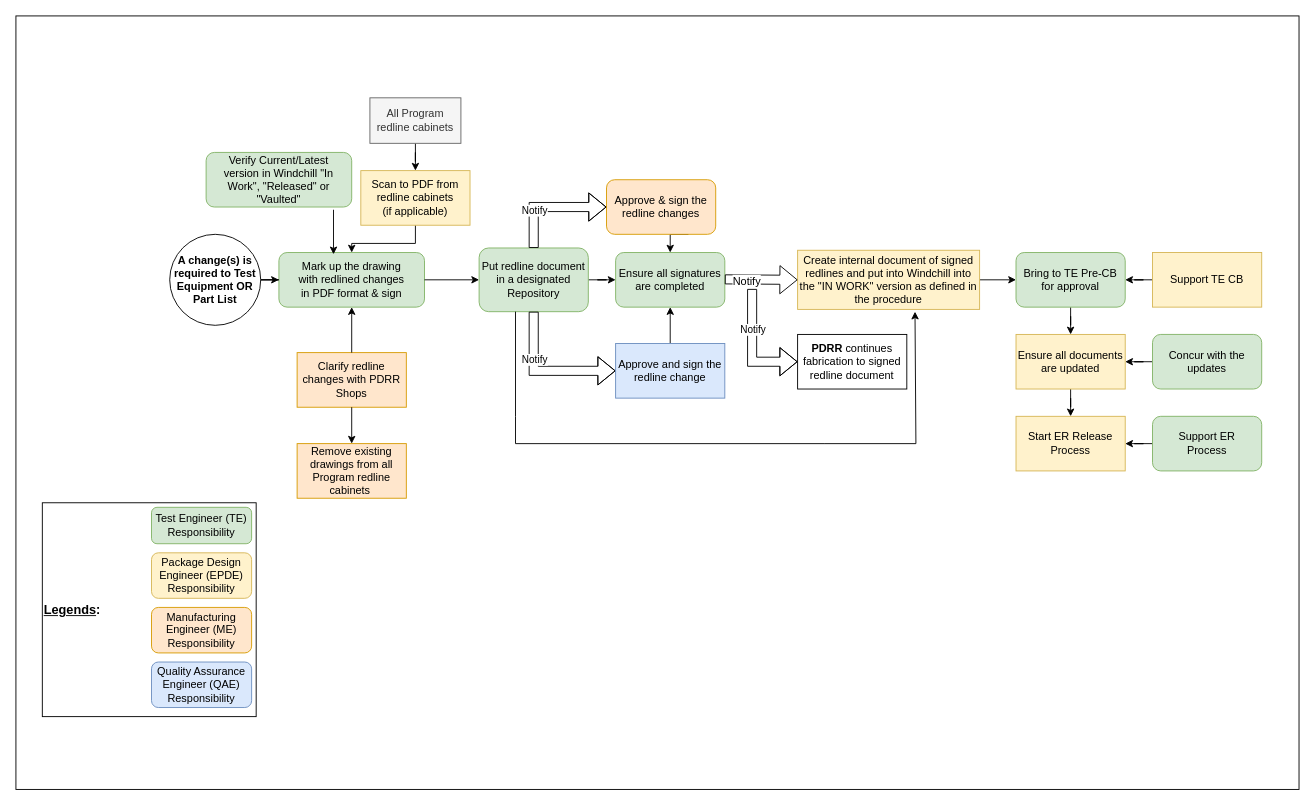
Earlier version of the draw.io diagram Untitled Diagram.drawio (lnguyen921/UTA). Source tidied: cells renumbered, new cells numbered last; positions are measured from the earlier drawing's top-left corner, leaving out a move shared by most shapes. Both pictures are drawn from the tidied source at 91%, with x=0, y=0 at pixel (15, 15).
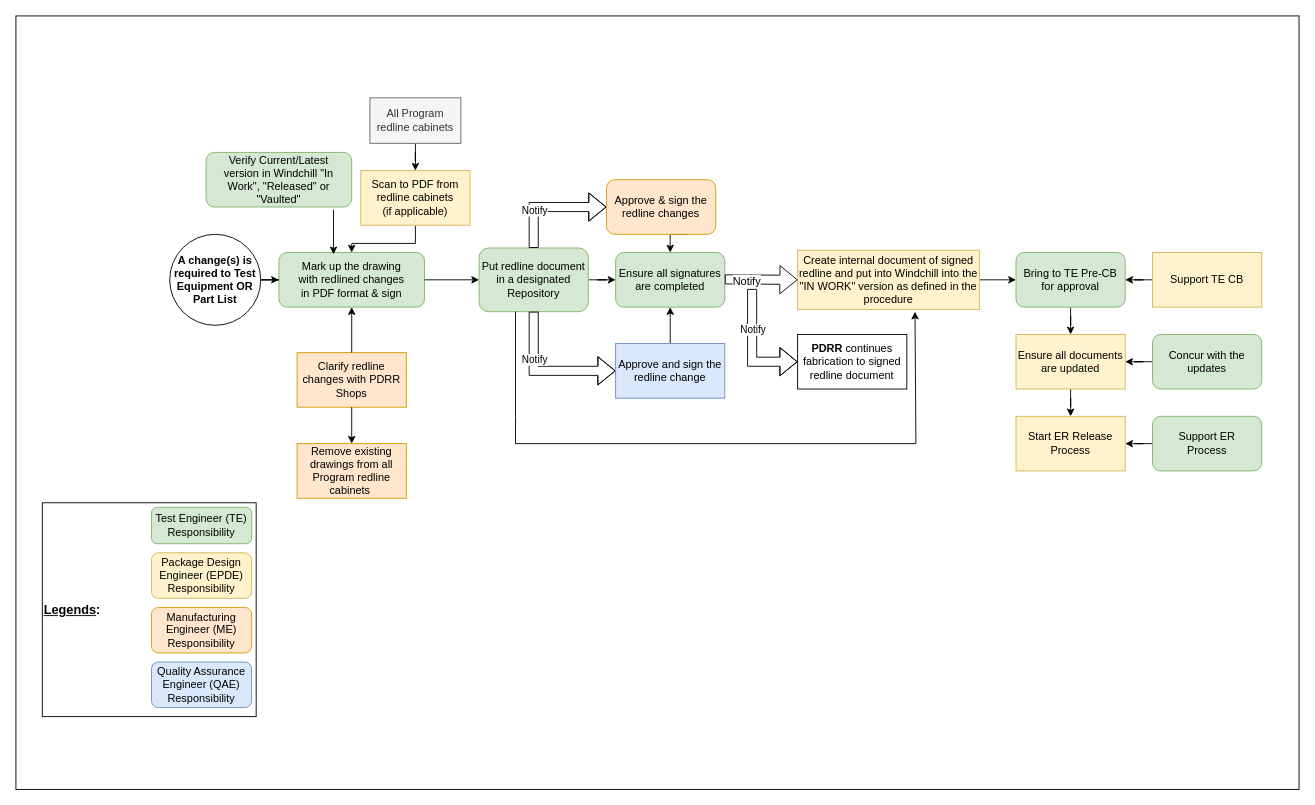
Above is the later version.

What changed in the source:
```diff
@@
-    <mxCell id="23" value="Create internal document of signed redlines and put into Windchill into the &quot;IN WORK&quot; version as defined in the procedure" style="rounded=0;whiteSpace=wrap;html=1;fillColor=#fff2cc;strokeColor=#d6b656;" parent="1" vertex="1">
+    <mxCell id="23" value="Create internal document of signed redline and put into Windchill into the &quot;IN WORK&quot; version as defined in the procedure" style="rounded=0;whiteSpace=wrap;html=1;fillColor=#fff2cc;strokeColor=#d6b656;" parent="1" vertex="1">
       <mxGeometry x="859" y="257.5" width="200" height="65" as="geometry" />
     </mxCell>
```
